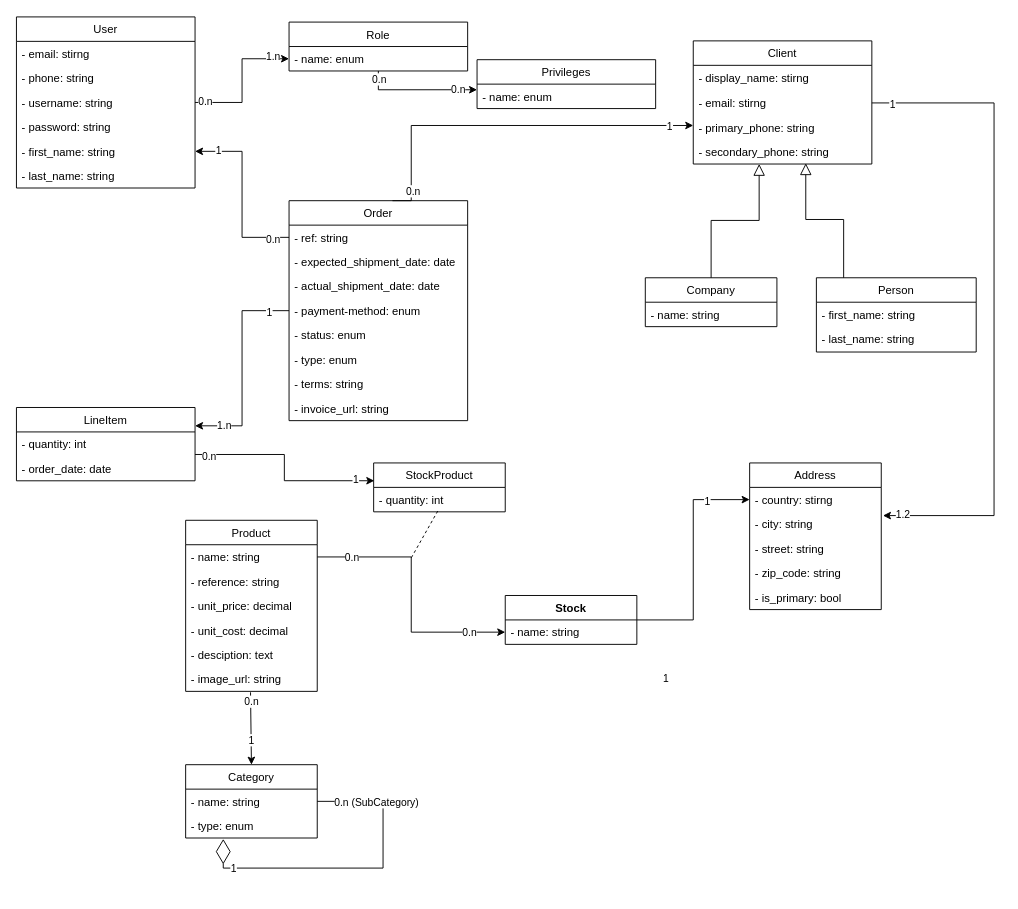
Before: class-diag.drawio in neeejm/inventory-management-system, a draw.io diagram. Source tidied: cells renumbered, new cells numbered last; positions are measured from the earlier drawing's top-left corner, leaving out a move shared by most shapes. Both pictures are drawn from the tidied source at 94%, with x=0, y=0 at pixel (16, 16).
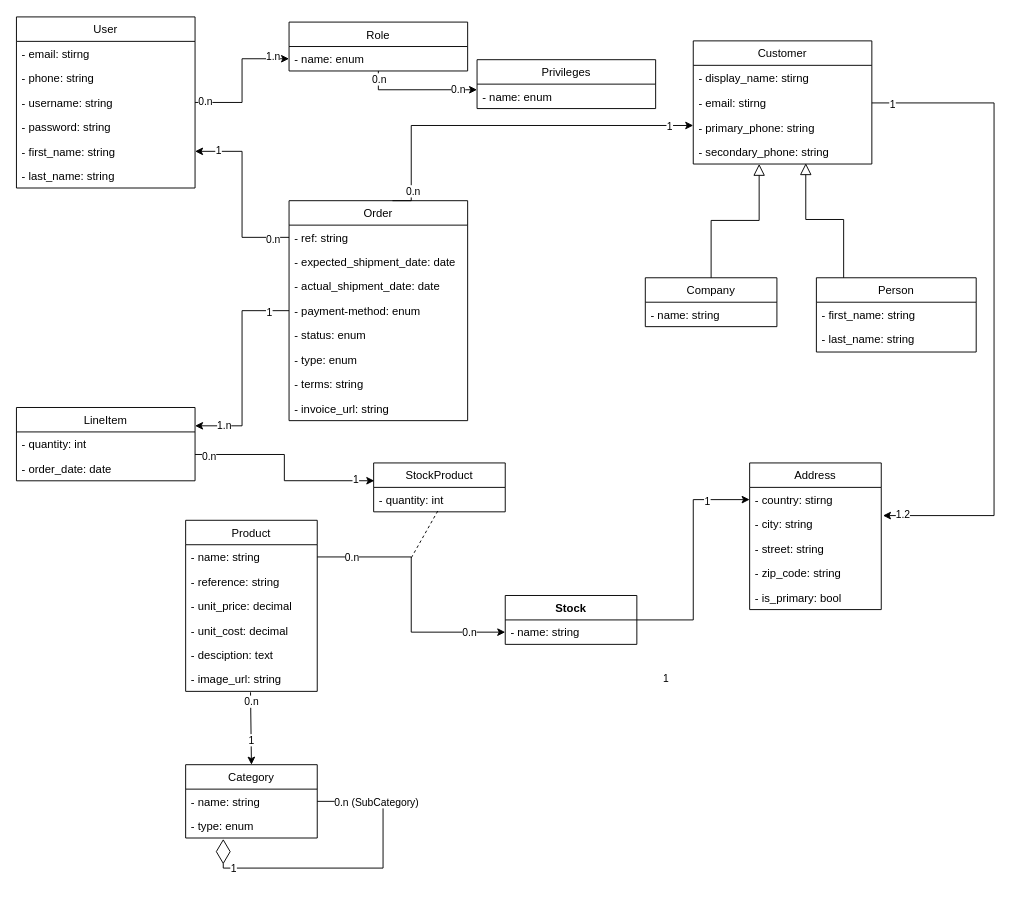
The same diagram, later.

The edit, as a diff of the source:
```diff
@@
-    <mxCell id="47" value="Client" style="swimlane;fontStyle=0;horizontal=1;startSize=26;fillColor=none;" parent="1" vertex="1">
+    <mxCell id="47" value="Customer" style="swimlane;fontStyle=0;horizontal=1;startSize=26;fillColor=none;" parent="1" vertex="1">
       <mxGeometry x="720" y="26" width="190" height="131" as="geometry" />
     </mxCell>
```
